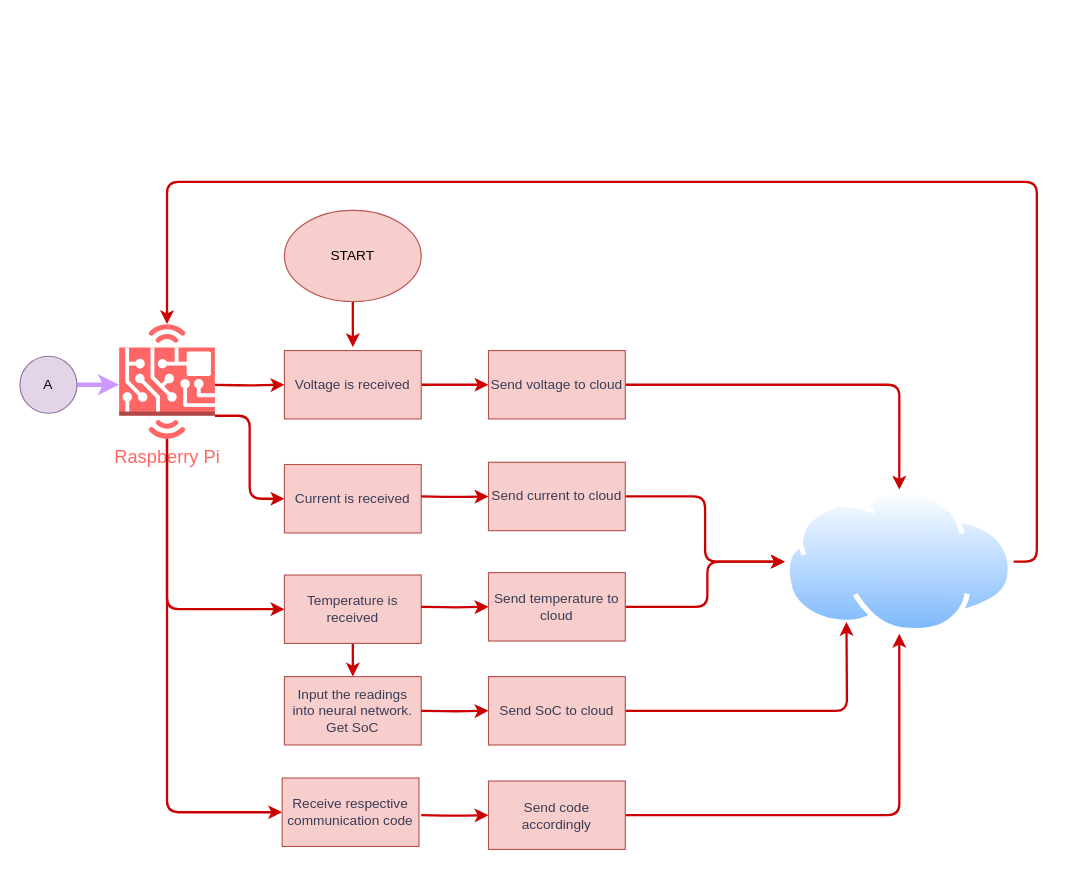
Before: rasp_softwareFlowchart.drawio in 1P-A-R-T17/BMS, a draw.io diagram. Source tidied: cells renumbered, new cells numbered last; positions are measured from the earlier drawing's top-left corner, leaving out a move shared by most shapes. Both pictures are drawn from the tidied source at 114%, with x=0, y=0 at pixel (19, 181).
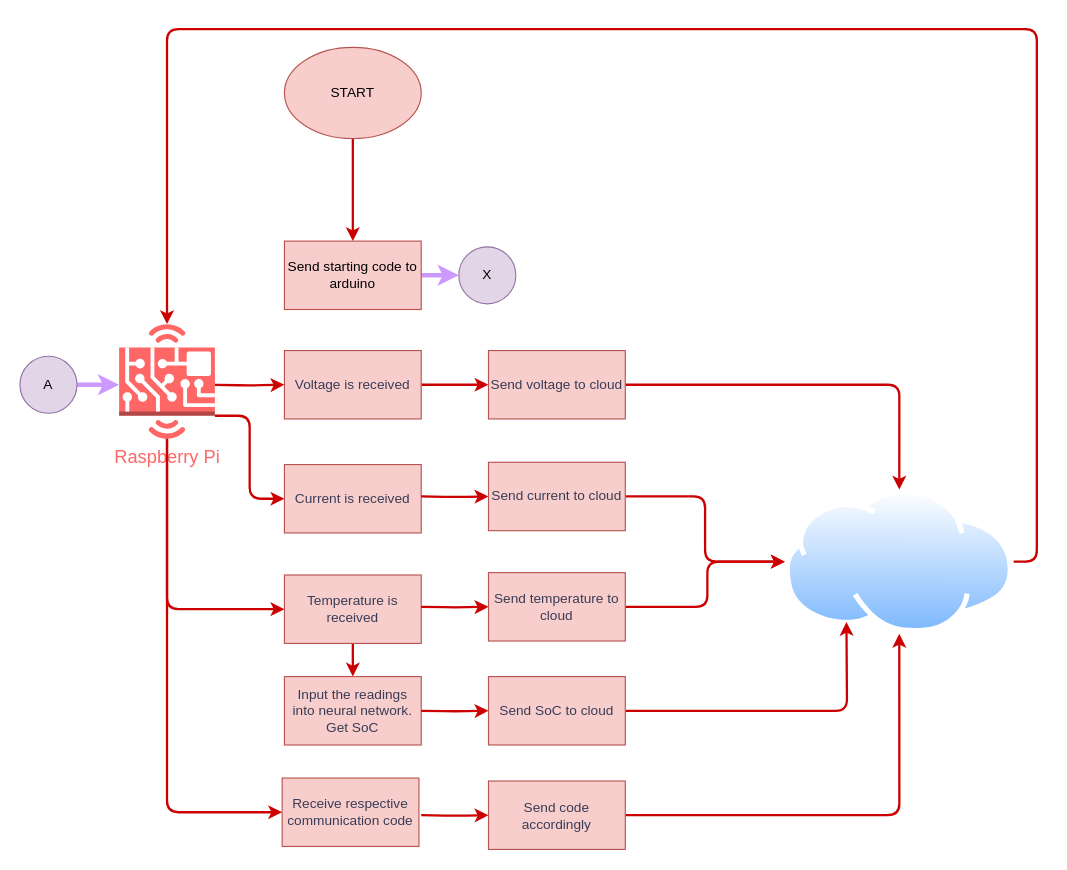
The same page after the edit.

Unchanged cells that the change refers to:
```xml
<mxCell id="10" style="perimeter=ellipsePerimeter;html=1;align=center;shadow=0;dashed=0;spacingTop=3;image;image=img/lib/active_directory/internet_cloud.svg;fontColor=#393C56;strokeColor=#E07A5F;strokeWidth=1;fillColor=#F2CC8F;labelBackgroundColor=#F4F1DE;" parent="1" vertex="1">
  <mxGeometry x="671" y="270" width="200.7" height="126.4" as="geometry" />
</mxCell>
<mxCell id="14" value="&lt;font style=&quot;font-size: 16px&quot; color=&quot;#FF6666&quot;&gt;Raspberry Pi&lt;/font&gt;" style="outlineConnect=0;dashed=0;verticalLabelPosition=bottom;verticalAlign=top;align=center;html=1;shape=mxgraph.aws3.hardware_board;fontColor=#393C56;strokeColor=#E07A5F;strokeWidth=1;fillColor=#FF6666;" parent="1" vertex="1">
  <mxGeometry x="87" y="124.8" width="84" height="100.5" as="geometry" />
</mxCell>
```

Change to the diagram source:
```diff
@@
-    <mxCell id="4" style="edgeStyle=orthogonalEdgeStyle;jettySize=auto;html=1;fontColor=#393C56;fillColor=#f8cecc;strokeWidth=2;labelBackgroundColor=#F4F1DE;strokeColor=#CC0000;" parent="1" edge="1" source="5">
-      <mxGeometry relative="1" as="geometry">
-        <mxPoint x="292" y="145" as="targetPoint" />
-      </mxGeometry>
-    </mxCell>
+    <mxCell id="34" style="edgeStyle=orthogonalEdgeStyle;jettySize=auto;html=1;labelBackgroundColor=#F4F1DE;fontColor=#393C56;strokeColor=#CC0000;strokeWidth=2;fillColor=#f8cecc;" parent="1" edge="1" source="5" target="36">
+      <mxGeometry relative="1" as="geometry" />
+    </mxCell>
     <mxCell id="5" value="START" style="ellipse;whiteSpace=wrap;html=1;strokeWidth=1;strokeColor=#b85450;fillColor=#f8cecc;" parent="1" vertex="1">
-      <mxGeometry x="232" y="25" width="120" height="80" as="geometry" />
+      <mxGeometry x="232" y="-118" width="120" height="80" as="geometry" />
     </mxCell>
@@
     <mxCell id="9" style="edgeStyle=orthogonalEdgeStyle;jettySize=auto;html=1;exitX=1;exitY=0.5;exitDx=0;exitDy=0;entryX=0.5;entryY=0;entryDx=0;entryDy=0;entryPerimeter=0;labelBackgroundColor=#F4F1DE;fontColor=#393C56;strokeColor=#CC0000;strokeWidth=2;fillColor=#f8cecc;" parent="1" edge="1" source="10" target="14">
       <mxGeometry relative="1" as="geometry">
         <Array as="points">
           <mxPoint x="892" y="333" />
-          <mxPoint x="892" />
-          <mxPoint x="129" />
+          <mxPoint x="892" y="-134" />
+          <mxPoint x="129" y="-134" />
         </Array>
       </mxGeometry>
     </mxCell>
@@
+    <mxCell id="35" style="edgeStyle=orthogonalEdgeStyle;jettySize=auto;html=1;labelBackgroundColor=#F4F1DE;fontColor=#393C56;strokeColor=#CC99FF;strokeWidth=4;fillColor=#F2CC8F;" parent="1" edge="1" source="36" target="37">
+      <mxGeometry relative="1" as="geometry" />
+    </mxCell>
+    <mxCell id="36" value="Send starting code to arduino" style="whiteSpace=wrap;html=1;strokeColor=#b85450;strokeWidth=1;fillColor=#f8cecc;" parent="1" vertex="1">
+      <mxGeometry x="232" y="52" width="120" height="60" as="geometry" />
+    </mxCell>
+    <mxCell id="37" value="X" style="ellipse;whiteSpace=wrap;html=1;strokeColor=#9673a6;strokeWidth=1;fillColor=#e1d5e7;" parent="1" vertex="1">
+      <mxGeometry x="385" y="57" width="50" height="50" as="geometry" />
+    </mxCell>
```
